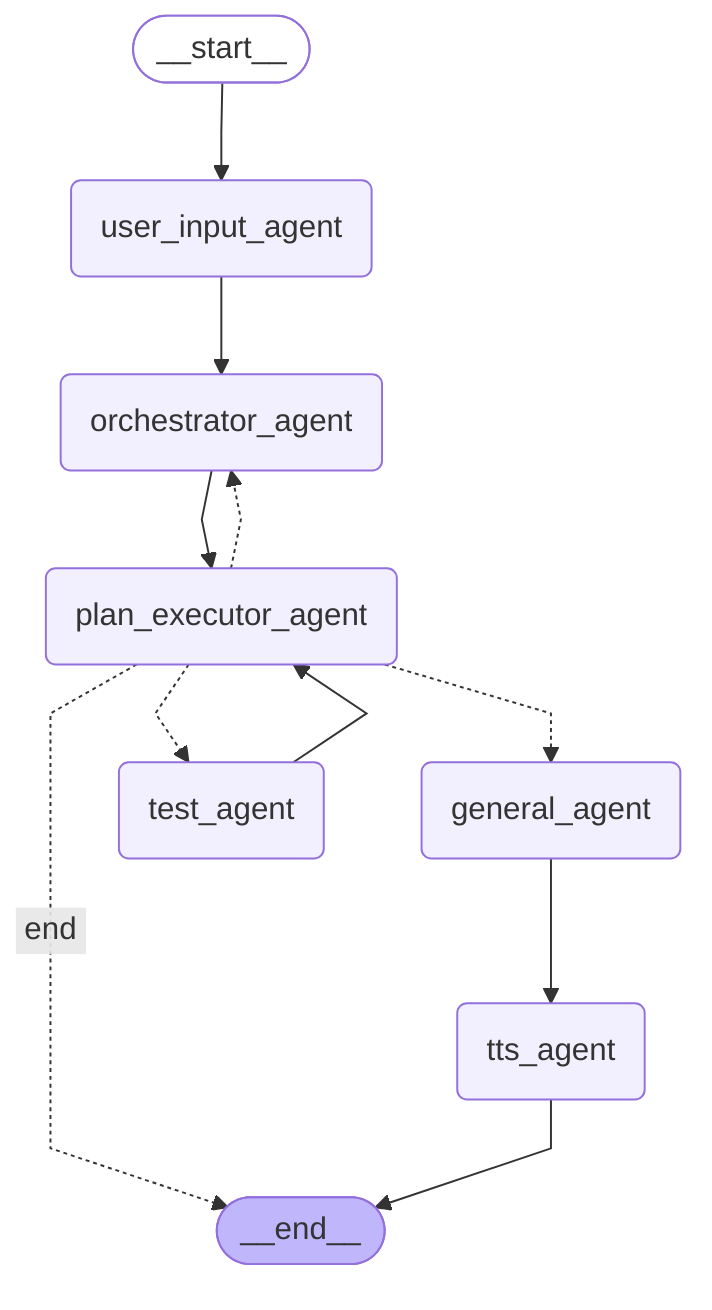
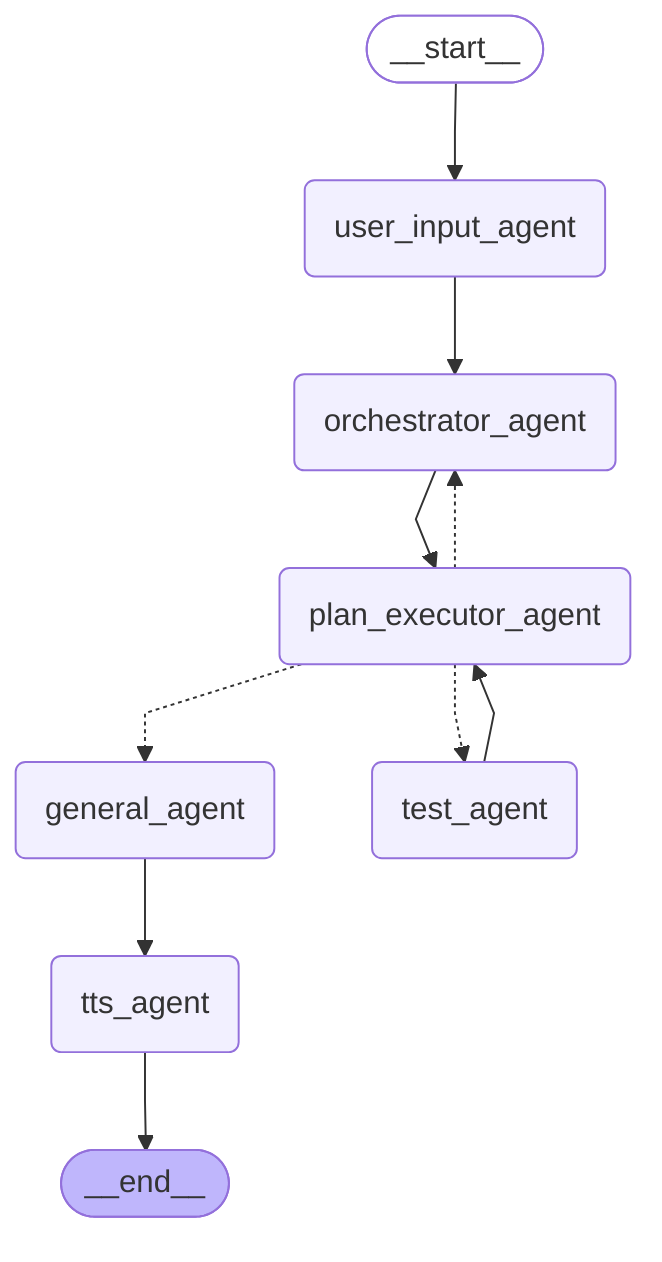
---
config:
  flowchart:
    curve: linear
---
graph TD;
	__start__([<p>__start__</p>]):::first
	orchestrator_agent(orchestrator_agent)
	plan_executor_agent(plan_executor_agent)
	user_input_agent(user_input_agent)
	general_agent(general_agent)
	tts_agent(tts_agent)
	test_agent(test_agent)
	__end__([<p>__end__</p>]):::last
	__start__ --> user_input_agent;
	general_agent --> tts_agent;
	orchestrator_agent --> plan_executor_agent;
- 	plan_executor_agent -. &nbsp;end&nbsp; .-> __end__;
	plan_executor_agent -.-> general_agent;
	plan_executor_agent -.-> orchestrator_agent;
	plan_executor_agent -.-> test_agent;
	test_agent --> plan_executor_agent;
	user_input_agent --> orchestrator_agent;
	tts_agent --> __end__;
	classDef default fill:#f2f0ff,line-height:1.2
	classDef first fill-opacity:0
	classDef last fill:#bfb6fc
